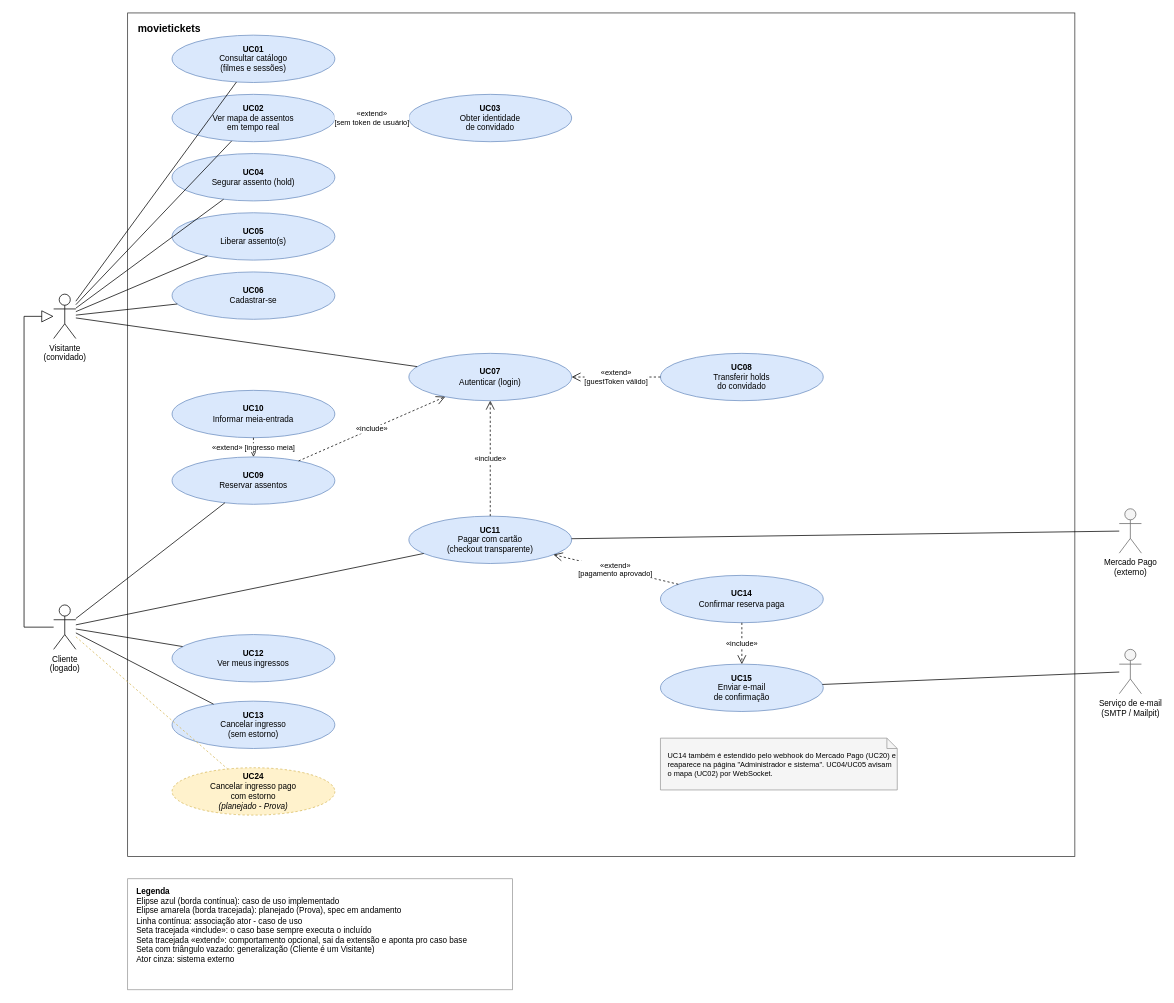
Earlier version of the draw.io diagram page "Visitante e Cliente" (1 of 2) of docs/use-cases/use-cases.drawio (D4rkM/movietickets). Source tidied: cells renumbered, new cells numbered last; positions are measured from the earlier drawing's top-left corner, leaving out a move shared by most shapes. Both pictures are drawn from the tidied source at 74%, with x=0, y=0 at pixel (24, 13).
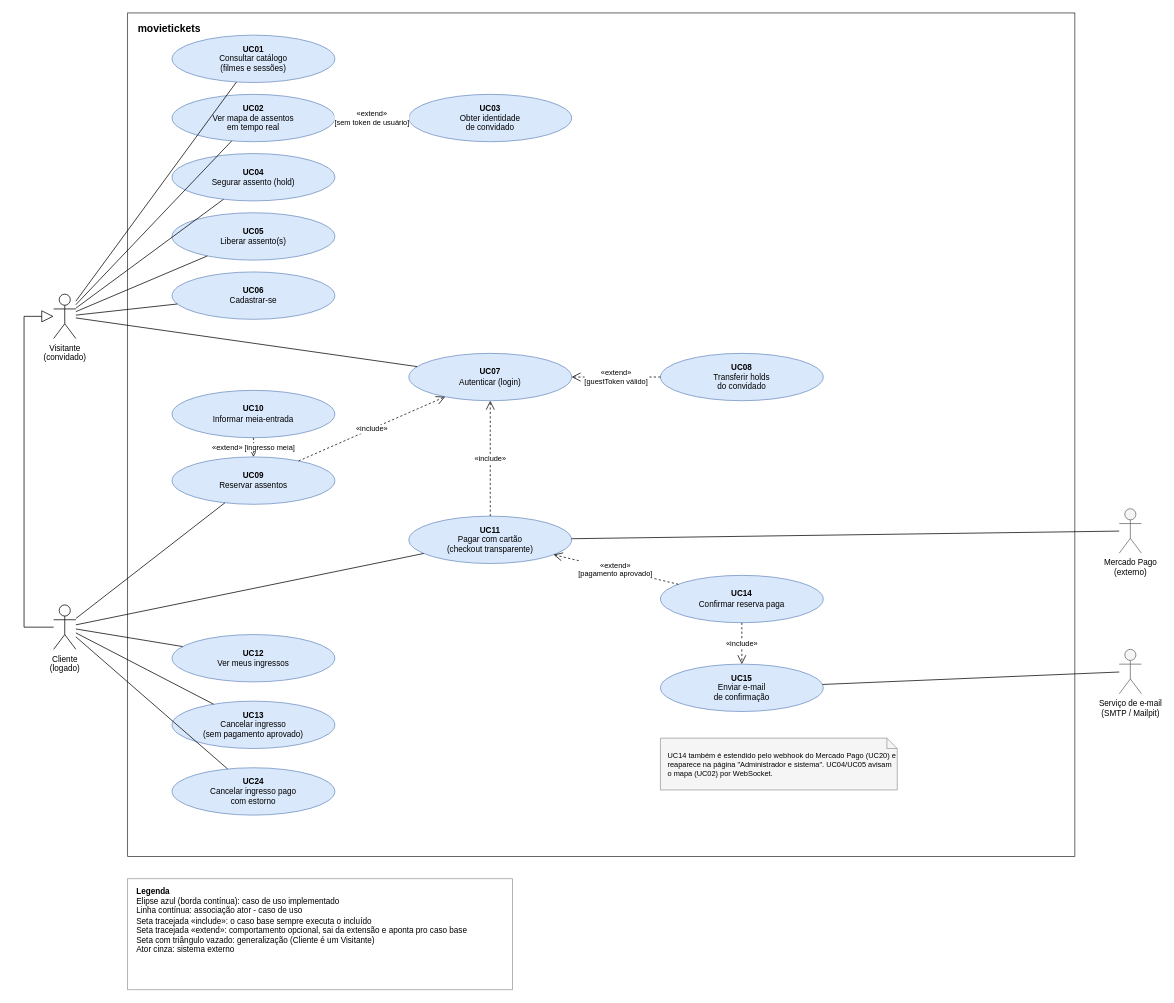
Above is the later version.

The change refers to these unchanged cells:
```xml
<mxCell id="4" value="Cliente&lt;br&gt;(logado)" style="shape=umlActor;verticalLabelPosition=bottom;verticalAlign=top;html=1;outlineConnect=0;fontSize=11;" parent="1" vertex="1">
  <mxGeometry x="40" y="800" width="30" height="60" as="geometry" />
</mxCell>
```

The edit, as a diff of the source:
```diff
@@
-    <mxCell id="15" value="&lt;b&gt;UC13&lt;/b&gt;&lt;br&gt;Cancelar ingresso&lt;br&gt;(sem estorno)" style="ellipse;whiteSpace=wrap;html=1;fillColor=#dae8fc;strokeColor=#6c8ebf;fontSize=11;" parent="1" vertex="1">
+    <mxCell id="15" value="&lt;b&gt;UC13&lt;/b&gt;&lt;br&gt;Cancelar ingresso&lt;br&gt;(sem pagamento aprovado)" style="ellipse;whiteSpace=wrap;html=1;fillColor=#dae8fc;strokeColor=#6c8ebf;fontSize=11;" parent="1" vertex="1">
       <mxGeometry x="200" y="930" width="220" height="64" as="geometry" />
     </mxCell>
-    <mxCell id="16" value="&lt;b&gt;UC24&lt;/b&gt;&lt;br&gt;Cancelar ingresso pago&lt;br&gt;com estorno&lt;br&gt;&lt;i&gt;(planejado - Prova)&lt;/i&gt;" style="ellipse;whiteSpace=wrap;html=1;fillColor=#fff2cc;strokeColor=#d6b656;dashed=1;fontSize=11;" parent="1" vertex="1">
+    <mxCell id="16" value="&lt;b&gt;UC24&lt;/b&gt;&lt;br&gt;Cancelar ingresso pago&lt;br&gt;com estorno" style="ellipse;whiteSpace=wrap;html=1;fillColor=#dae8fc;strokeColor=#6c8ebf;fontSize=11;" parent="1" vertex="1">
       <mxGeometry x="200" y="1020" width="220" height="64" as="geometry" />
     </mxCell>
@@
-    <mxCell id="33" style="endArrow=none;html=1;rounded=0;dashed=1;strokeColor=#d6b656;" parent="1" edge="1" source="4" target="16">
+    <mxCell id="33" style="endArrow=none;html=1;rounded=0;" parent="1" edge="1" source="4" target="16">
       <mxGeometry relative="1" as="geometry" />
     </mxCell>
@@
-    <mxCell id="45" value="&lt;b&gt;Legenda&lt;/b&gt;&lt;br&gt;Elipse azul (borda contínua): caso de uso implementado&lt;br&gt;Elipse amarela (borda tracejada): planejado (Prova), spec em andamento&lt;br&gt;Linha contínua: associação ator - caso de uso&lt;br&gt;Seta tracejada «include»: o caso base sempre executa o incluído&lt;br&gt;Seta tracejada «extend»: comportamento opcional, sai da extensão e aponta pro caso base&lt;br&gt;Seta com triângulo vazado: generalização (Cliente é um Visitante)&lt;br&gt;Ator cinza: sistema externo" style="rounded=0;whiteSpace=wrap;html=1;align=left;verticalAlign=top;spacingLeft=10;spacingTop=4;fontSize=11;fillColor=#ffffff;strokeColor=#999999;" parent="1" vertex="1">
+    <mxCell id="45" value="&lt;b&gt;Legenda&lt;/b&gt;&lt;br&gt;Elipse azul (borda contínua): caso de uso implementado&lt;br&gt;Linha contínua: associação ator - caso de uso&lt;br&gt;Seta tracejada «include»: o caso base sempre executa o incluído&lt;br&gt;Seta tracejada «extend»: comportamento opcional, sai da extensão e aponta pro caso base&lt;br&gt;Seta com triângulo vazado: generalização (Cliente é um Visitante)&lt;br&gt;Ator cinza: sistema externo" style="rounded=0;whiteSpace=wrap;html=1;align=left;verticalAlign=top;spacingLeft=10;spacingTop=4;fontSize=11;fillColor=#ffffff;strokeColor=#999999;" parent="1" vertex="1">
       <mxGeometry x="140" y="1170" width="520" height="150" as="geometry" />
     </mxCell>
```
